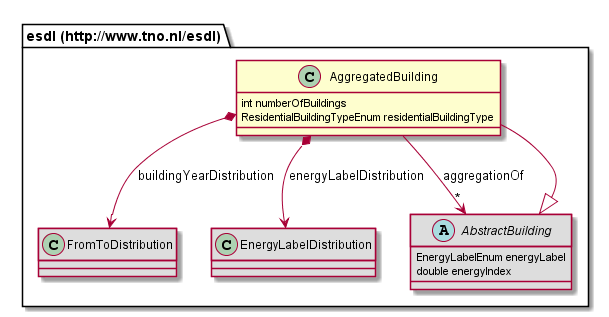
This is 687474703a2f2f7777772e746e6f2e6e6c2f6573646c/AggregatedBuilding.png from EnergyTransition/energytransition.github.io, a PlantUML export, as it was before one commit.
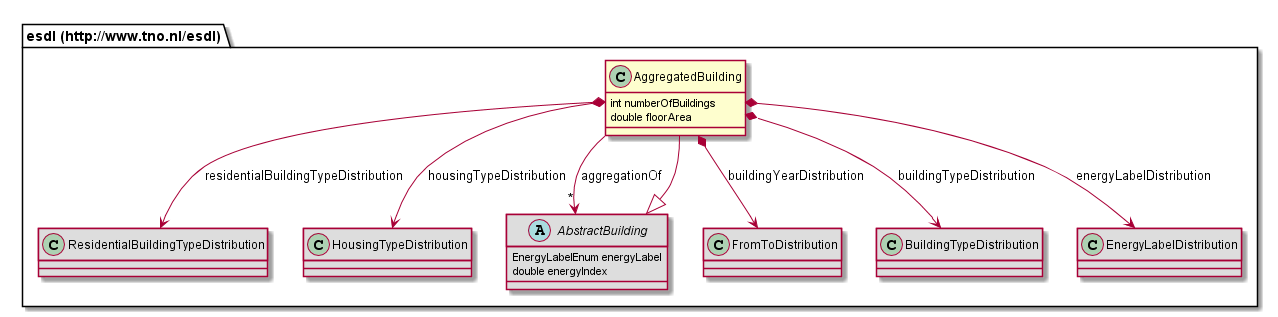
The same file after the commit.

The edit, as a diff of the source:
```diff
@@ -1,13 +1,19 @@
 @startuml
 class "esdl (http://www.tno.nl/esdl).AggregatedBuilding" [[#router/doc-content/687474703a2f2f7777772e746e6f2e6e6c2f6573646c/AggregatedBuilding.html{Represents more than one building aggregated into one entity. }]] {
 	int numberOfBuildings
-	ResidentialBuildingTypeEnum residentialBuildingType
-}
-class "esdl (http://www.tno.nl/esdl).FromToDistribution" [[#router/doc-content/687474703a2f2f7777772e746e6f2e6e6c2f6573646c/FromToDistribution.html{Defines a distribution in terms of ?from? and ?to?}]] #DDDDDD {
+	double floorArea
 }
 abstract class "esdl (http://www.tno.nl/esdl).AbstractBuilding" [[#router/doc-content/687474703a2f2f7777772e746e6f2e6e6c2f6573646c/AbstractBuilding.html{Describes the shared properties of building, building unit and aggregated building}]] #DDDDDD {
 	EnergyLabelEnum energyLabel
 	double energyIndex
+}
+class "esdl (http://www.tno.nl/esdl).ResidentialBuildingTypeDistribution" [[#router/doc-content/687474703a2f2f7777772e746e6f2e6e6c2f6573646c/ResidentialBuildingTypeDistribution.html]] #DDDDDD {
+}
+class "esdl (http://www.tno.nl/esdl).HousingTypeDistribution" [[#router/doc-content/687474703a2f2f7777772e746e6f2e6e6c2f6573646c/HousingTypeDistribution.html]] #DDDDDD {
+}
+class "esdl (http://www.tno.nl/esdl).FromToDistribution" [[#router/doc-content/687474703a2f2f7777772e746e6f2e6e6c2f6573646c/FromToDistribution.html{Defines a distribution in terms of ?from? and ?to?}]] #DDDDDD {
+}
+class "esdl (http://www.tno.nl/esdl).BuildingTypeDistribution" [[#router/doc-content/687474703a2f2f7777772e746e6f2e6e6c2f6573646c/BuildingTypeDistribution.html]] #DDDDDD {
 }
 class "esdl (http://www.tno.nl/esdl).EnergyLabelDistribution" [[#router/doc-content/687474703a2f2f7777772e746e6f2e6e6c2f6573646c/EnergyLabelDistribution.html{Defines a distribution in terms of energy labels}]] #DDDDDD {
 }
@@ -15,4 +21,7 @@
 "esdl (http://www.tno.nl/esdl).AggregatedBuilding" --> "*" "esdl (http://www.tno.nl/esdl).AbstractBuilding" : aggregationOf
 "esdl (http://www.tno.nl/esdl).AggregatedBuilding" *--> "esdl (http://www.tno.nl/esdl).EnergyLabelDistribution" : energyLabelDistribution
 "esdl (http://www.tno.nl/esdl).AggregatedBuilding" *--> "esdl (http://www.tno.nl/esdl).FromToDistribution" : buildingYearDistribution
+"esdl (http://www.tno.nl/esdl).AggregatedBuilding" *--> "esdl (http://www.tno.nl/esdl).BuildingTypeDistribution" : buildingTypeDistribution
+"esdl (http://www.tno.nl/esdl).AggregatedBuilding" *--> "esdl (http://www.tno.nl/esdl).ResidentialBuildingTypeDistribution" : residentialBuildingTypeDistribution
+"esdl (http://www.tno.nl/esdl).AggregatedBuilding" *--> "esdl (http://www.tno.nl/esdl).HousingTypeDistribution" : housingTypeDistribution
 @enduml
```
